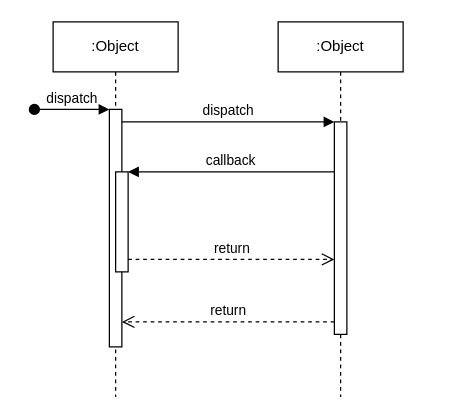
This is ZaloDemo.drawio from Trinh-Duc-Tai/test, a draw.io file, before an edit. Source tidied: cells renumbered, new cells numbered last; positions are measured from the earlier drawing's top-left corner, leaving out a move shared by most shapes. Both pictures are drawn from the tidied source at 125%, with x=0, y=0 at pixel (34, 21).
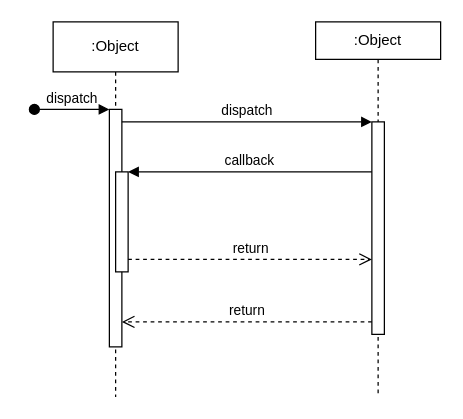
The same page after the edit.

The edit, as a diff of the source:
```diff
@@
 <mxGraphModel>
   <root>
     <mxCell id="0" />
     <mxCell id="1" parent="0" />
     <mxCell id="2" value=":Object" style="shape=umlLifeline;perimeter=lifelinePerimeter;whiteSpace=wrap;html=1;newEdgeStyle={&quot;edgeStyle&quot;:&quot;elbowEdgeStyle&quot;,&quot;elbow&quot;:&quot;vertical&quot;,&quot;curved&quot;:0,&quot;rounded&quot;:0};" parent="1" vertex="1">
       <mxGeometry x="15" width="100" height="300" as="geometry" />
     </mxCell>
     <mxCell id="3" style="html=1;points=[];perimeter=orthogonalPerimeter;outlineConnect=0;targetShapes=umlLifeline;portConstraint=eastwest;newEdgeStyle={&quot;edgeStyle&quot;:&quot;elbowEdgeStyle&quot;,&quot;elbow&quot;:&quot;vertical&quot;,&quot;curved&quot;:0,&quot;rounded&quot;:0};" parent="2" vertex="1">
       <mxGeometry x="45" y="70" width="10" height="190" as="geometry" />
     </mxCell>
     <mxCell id="4" value="dispatch" style="html=1;verticalAlign=bottom;startArrow=oval;endArrow=block;startSize=8;edgeStyle=elbowEdgeStyle;elbow=vertical;curved=0;rounded=0;" parent="2" edge="1" target="3">
       <mxGeometry relative="1" as="geometry">
         <mxPoint x="-15" y="70" as="sourcePoint" />
       </mxGeometry>
     </mxCell>
     <mxCell id="5" style="html=1;points=[];perimeter=orthogonalPerimeter;outlineConnect=0;targetShapes=umlLifeline;portConstraint=eastwest;newEdgeStyle={&quot;edgeStyle&quot;:&quot;elbowEdgeStyle&quot;,&quot;elbow&quot;:&quot;vertical&quot;,&quot;curved&quot;:0,&quot;rounded&quot;:0};" parent="2" vertex="1">
       <mxGeometry x="50" y="120" width="10" height="80" as="geometry" />
     </mxCell>
-    <mxCell id="6" value=":Object" style="shape=umlLifeline;perimeter=lifelinePerimeter;whiteSpace=wrap;html=1;newEdgeStyle={&quot;edgeStyle&quot;:&quot;elbowEdgeStyle&quot;,&quot;elbow&quot;:&quot;vertical&quot;,&quot;curved&quot;:0,&quot;rounded&quot;:0};" parent="1" vertex="1">
-      <mxGeometry x="195" width="100" height="300" as="geometry" />
+    <mxCell id="6" value=":Object" style="shape=umlLifeline;perimeter=lifelinePerimeter;whiteSpace=wrap;html=1;newEdgeStyle={&quot;edgeStyle&quot;:&quot;elbowEdgeStyle&quot;,&quot;elbow&quot;:&quot;vertical&quot;,&quot;curved&quot;:0,&quot;rounded&quot;:0};size=30;" parent="1" vertex="1">
+      <mxGeometry x="225" width="100" height="300" as="geometry" />
     </mxCell>
     <mxCell id="7" style="html=1;points=[];perimeter=orthogonalPerimeter;outlineConnect=0;targetShapes=umlLifeline;portConstraint=eastwest;newEdgeStyle={&quot;edgeStyle&quot;:&quot;elbowEdgeStyle&quot;,&quot;elbow&quot;:&quot;vertical&quot;,&quot;curved&quot;:0,&quot;rounded&quot;:0};" parent="6" vertex="1">
       <mxGeometry x="45" y="80" width="10" height="170" as="geometry" />
     </mxCell>
     <mxCell id="8" value="dispatch" style="html=1;verticalAlign=bottom;endArrow=block;edgeStyle=elbowEdgeStyle;elbow=vertical;curved=0;rounded=0;" parent="1" edge="1" source="3" target="7">
       <mxGeometry relative="1" as="geometry">
         <Array as="points">
           <mxPoint x="155" y="80" />
         </Array>
       </mxGeometry>
     </mxCell>
     <mxCell id="9" value="return" style="html=1;verticalAlign=bottom;endArrow=open;dashed=1;endSize=8;edgeStyle=elbowEdgeStyle;elbow=vertical;curved=0;rounded=0;" parent="1" edge="1" source="7" target="3">
       <mxGeometry relative="1" as="geometry">
         <Array as="points">
           <mxPoint x="165" y="240" />
         </Array>
       </mxGeometry>
     </mxCell>
     <mxCell id="10" value="callback" style="html=1;verticalAlign=bottom;endArrow=block;edgeStyle=elbowEdgeStyle;elbow=vertical;curved=0;rounded=0;" parent="1" edge="1" source="7" target="5">
       <mxGeometry relative="1" as="geometry">
         <Array as="points">
           <mxPoint x="165" y="120" />
         </Array>
       </mxGeometry>
     </mxCell>
     <mxCell id="11" value="return" style="html=1;verticalAlign=bottom;endArrow=open;dashed=1;endSize=8;edgeStyle=elbowEdgeStyle;elbow=vertical;curved=0;rounded=0;" parent="1" edge="1" source="5" target="7">
       <mxGeometry relative="1" as="geometry">
         <Array as="points">
           <mxPoint x="155" y="190" />
         </Array>
       </mxGeometry>
     </mxCell>
   </root>
 </mxGraphModel>
```
